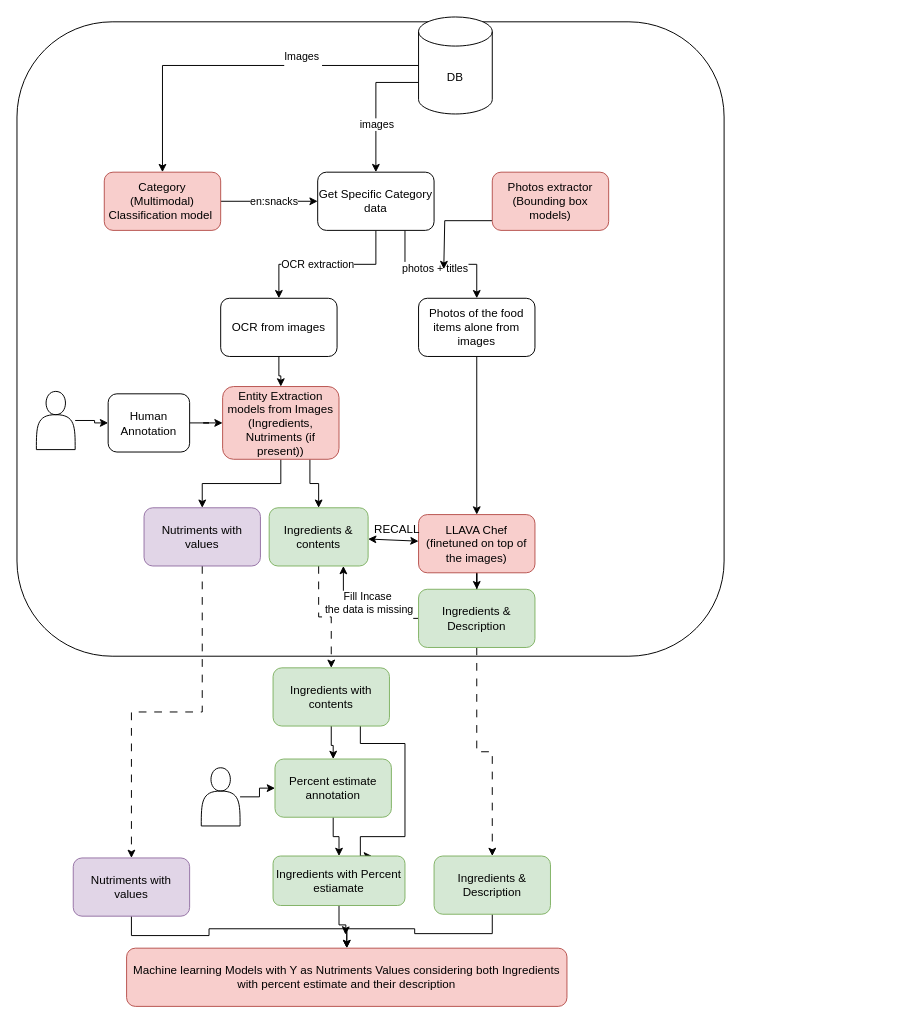
Before: Architecture.drawio in seshganesh/NIQAssesment, a draw.io diagram. Source tidied: cells renumbered, new cells numbered last; positions are measured from the earlier drawing's top-left corner, leaving out a move shared by most shapes. Both pictures are drawn from the tidied source at 97%, with x=0, y=0 at pixel (16, 16).
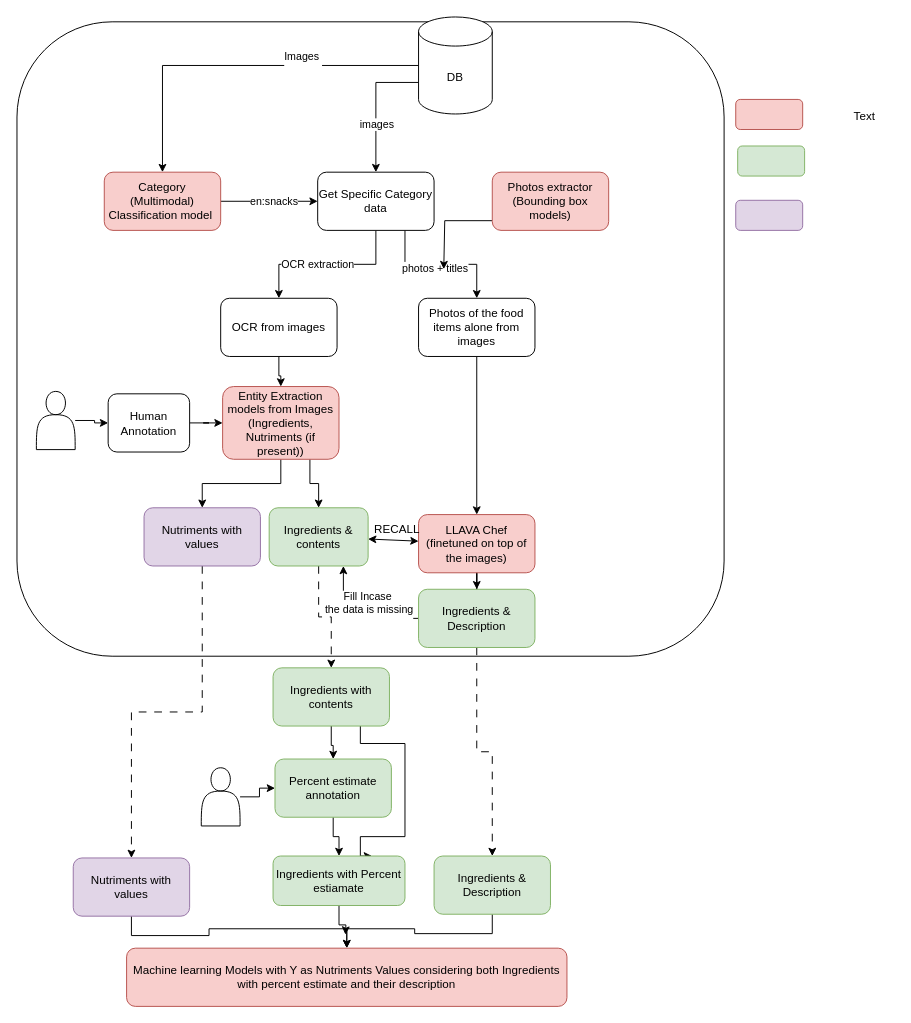
After the change.

Change to the diagram source:
```diff
@@
+    <mxCell id="55" style="rounded=1;whiteSpace=wrap;html=1;fillColor=#f8cecc;strokeColor=#b85450;" parent="1" vertex="1">
+      <mxGeometry x="741" y="85" width="69" height="31" as="geometry" />
+    </mxCell>
+    <mxCell id="56" style="rounded=1;whiteSpace=wrap;html=1;fillColor=#d5e8d4;strokeColor=#82b366;" parent="1" vertex="1">
+      <mxGeometry x="743" y="133" width="69" height="31" as="geometry" />
+    </mxCell>
+    <mxCell id="57" style="rounded=1;whiteSpace=wrap;html=1;fillColor=#e1d5e7;strokeColor=#9673a6;" parent="1" vertex="1">
+      <mxGeometry x="741" y="189" width="69" height="31" as="geometry" />
+    </mxCell>
+    <mxCell id="58" value="Text" style="text;html=1;align=center;verticalAlign=middle;whiteSpace=wrap;rounded=0;" parent="1" vertex="1">
+      <mxGeometry x="844" y="88" width="60" height="30" as="geometry" />
+    </mxCell>
```
